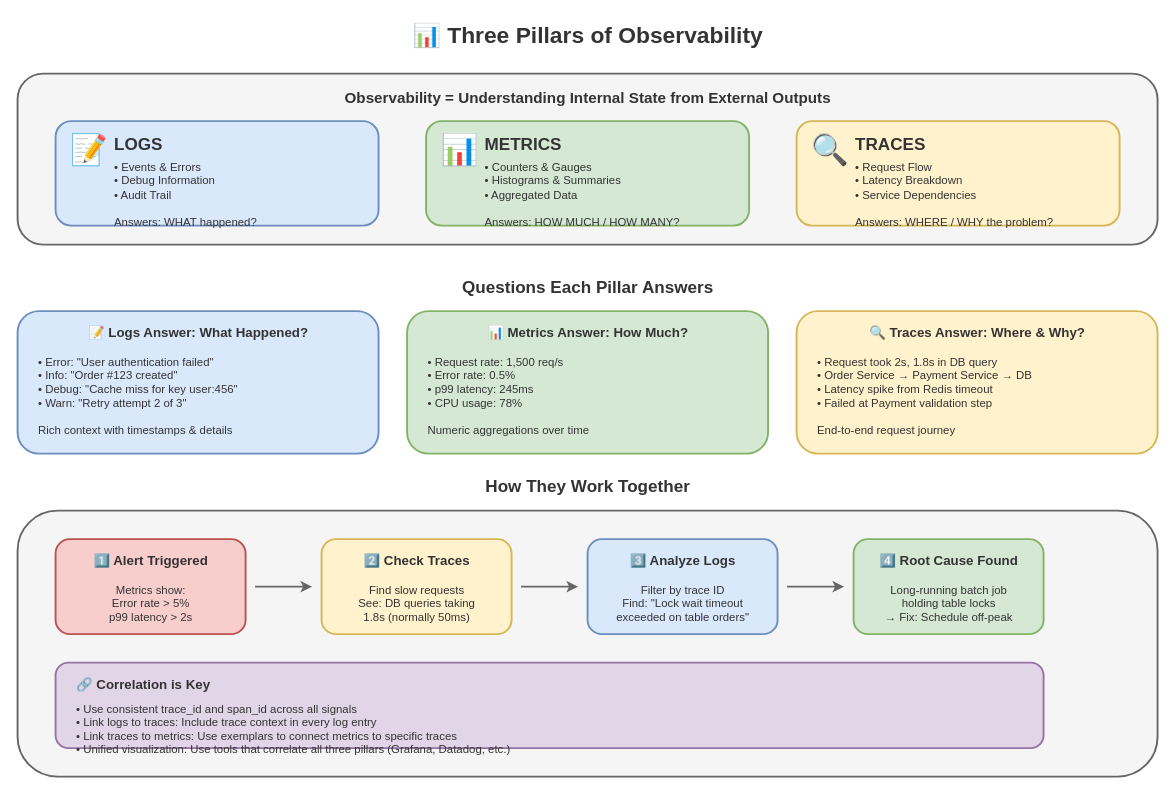
The draw.io diagram lesson-09-observability-monitoring/diagrams/1.1-three-pillars.drawio in MrParkerZ7/document-lesson-software-architect-x-claude, before the edit. Source tidied: cells renumbered, new cells numbered last; positions are measured from the earlier drawing's top-left corner, leaving out a move shared by most shapes. Both pictures are drawn from the tidied source at 95%, with x=0, y=0 at pixel (17, 16).
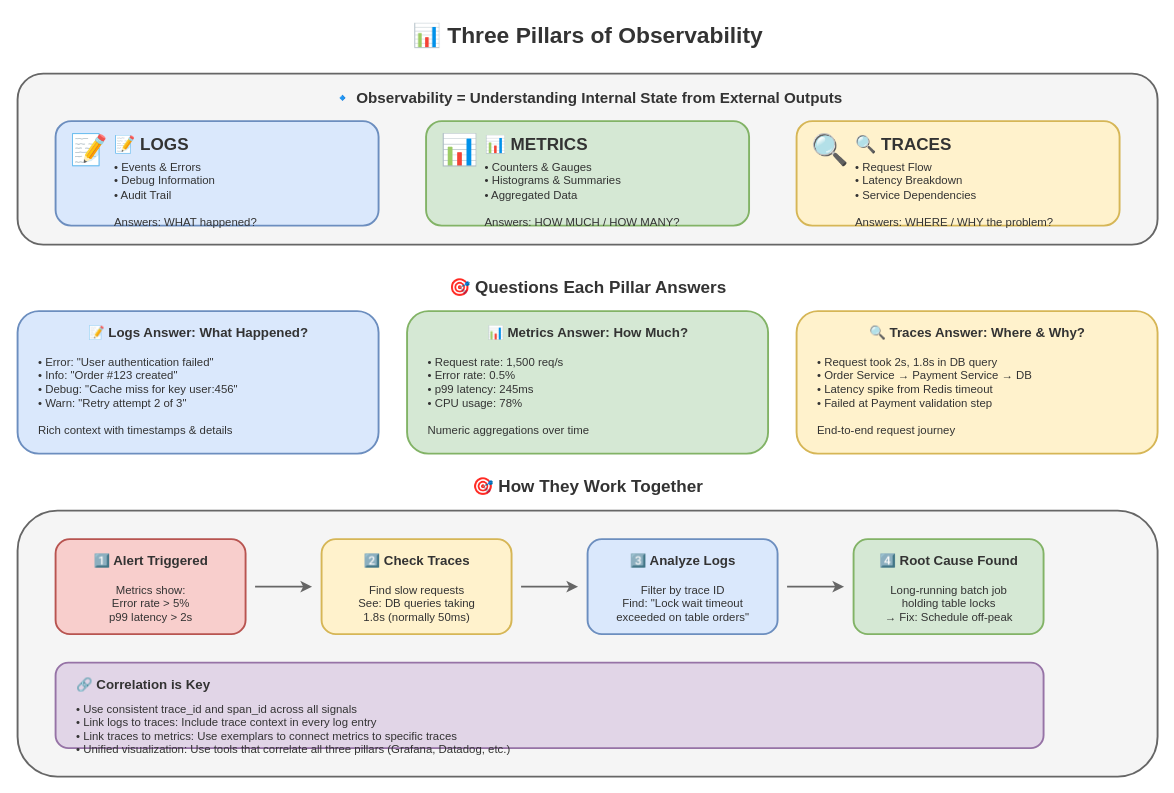
Above is the later version.

Diff of the diagram source:
```diff
@@
-    <mxCell id="4" value="Observability = Understanding Internal State from External Outputs" style="text;html=1;strokeColor=none;fillColor=none;align=center;verticalAlign=middle;fontSize=16;fontStyle=1;fontColor=#333333;" parent="1" vertex="1">
+    <mxCell id="4" value="🔹 Observability = Understanding Internal State from External Outputs" style="text;html=1;strokeColor=none;fillColor=none;align=center;verticalAlign=middle;fontSize=16;fontStyle=1;fontColor=#333333;" parent="1" vertex="1">
       <mxGeometry x="250" y="70" width="700" height="30" as="geometry" />
     </mxCell>
@@
-    <mxCell id="7" value="LOGS" style="text;html=1;strokeColor=none;fillColor=none;align=left;verticalAlign=middle;fontSize=18;fontStyle=1;fontColor=#333333;" parent="1" vertex="1">
+    <mxCell id="7" value="📝 LOGS" style="text;html=1;strokeColor=none;fillColor=none;align=left;verticalAlign=middle;fontSize=18;fontStyle=1;fontColor=#333333;" parent="1" vertex="1">
       <mxGeometry x="100" y="120" width="100" height="30" as="geometry" />
     </mxCell>
@@
-    <mxCell id="11" value="METRICS" style="text;html=1;strokeColor=none;fillColor=none;align=left;verticalAlign=middle;fontSize=18;fontStyle=1;fontColor=#333333;" parent="1" vertex="1">
+    <mxCell id="11" value="📊 METRICS" style="text;html=1;strokeColor=none;fillColor=none;align=left;verticalAlign=middle;fontSize=18;fontStyle=1;fontColor=#333333;" parent="1" vertex="1">
       <mxGeometry x="490" y="120" width="100" height="30" as="geometry" />
     </mxCell>
@@
-    <mxCell id="15" value="TRACES" style="text;html=1;strokeColor=none;fillColor=none;align=left;verticalAlign=middle;fontSize=18;fontStyle=1;fontColor=#333333;" parent="1" vertex="1">
+    <mxCell id="15" value="🔍 TRACES" style="text;html=1;strokeColor=none;fillColor=none;align=left;verticalAlign=middle;fontSize=18;fontStyle=1;fontColor=#333333;" parent="1" vertex="1">
       <mxGeometry x="880" y="120" width="100" height="30" as="geometry" />
     </mxCell>
@@
-    <mxCell id="17" value="Questions Each Pillar Answers" style="text;html=1;strokeColor=none;fillColor=none;align=center;verticalAlign=middle;fontSize=18;fontStyle=1;fontColor=#333333;" parent="1" vertex="1">
+    <mxCell id="17" value="🎯 Questions Each Pillar Answers" style="text;html=1;strokeColor=none;fillColor=none;align=center;verticalAlign=middle;fontSize=18;fontStyle=1;fontColor=#333333;" parent="1" vertex="1">
       <mxGeometry x="350" y="270" width="500" height="30" as="geometry" />
     </mxCell>
@@
-    <mxCell id="27" value="How They Work Together" style="text;html=1;strokeColor=none;fillColor=none;align=center;verticalAlign=middle;fontSize=18;fontStyle=1;fontColor=#333333;" parent="1" vertex="1">
+    <mxCell id="27" value="🎯 How They Work Together" style="text;html=1;strokeColor=none;fillColor=none;align=center;verticalAlign=middle;fontSize=18;fontStyle=1;fontColor=#333333;" parent="1" vertex="1">
       <mxGeometry x="350" y="480" width="500" height="30" as="geometry" />
     </mxCell>
```
